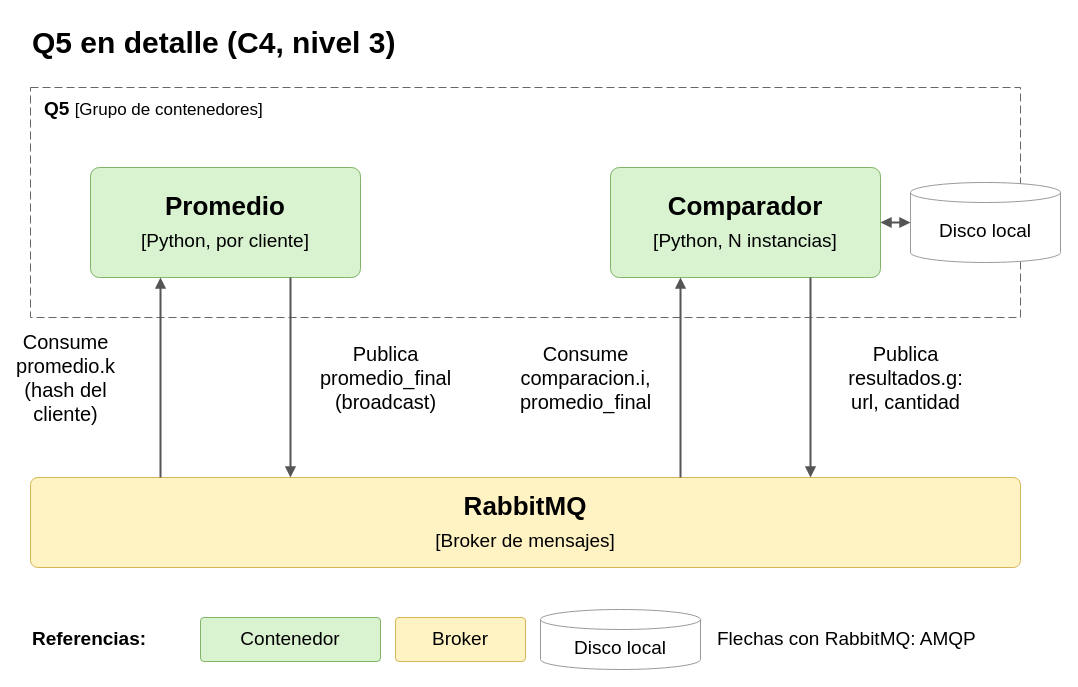
This is page "C4 - Q5" (5 of 5) of docs/c4.drawio from Cristobal710/tp-final-distribuidos, a draw.io file, before an edit. Source tidied: cells renumbered, new cells numbered last; positions are measured from the earlier drawing's top-left corner, leaving out a move shared by most shapes. Both pictures are drawn from the tidied source at 100%, with x=0, y=0 at pixel (30, 17).
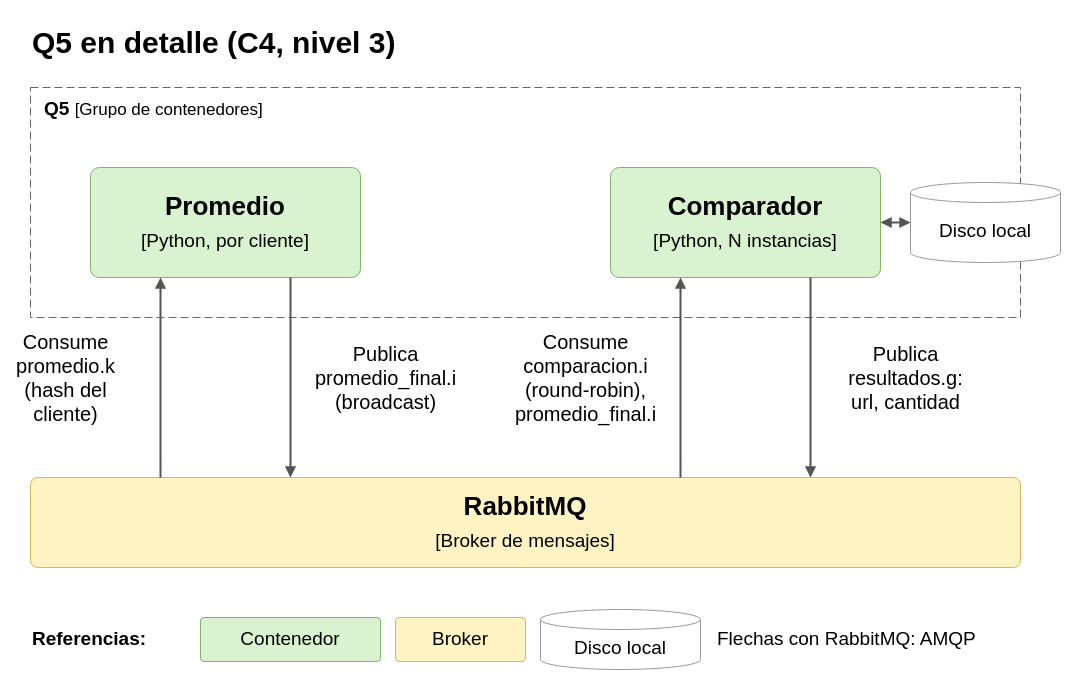
After the change.

The change refers to these unchanged cells:
```xml
<mxCell id="4" value="&lt;b&gt;RabbitMQ&lt;/b&gt;&lt;br&gt;&lt;font style=&quot;font-size:19px&quot;&gt;[Broker de mensajes]&lt;/font&gt;" style="rounded=1;whiteSpace=wrap;html=1;arcSize=8;verticalAlign=middle;fontFamily=Calibri;fontSize=26;fillColor=#fff3c4;strokeColor=#d6b656;" parent="1" vertex="1">
  <mxGeometry y="460" width="990" height="90" as="geometry" />
</mxCell>
<mxCell id="5" value="&lt;b&gt;Promedio&lt;/b&gt;&lt;br&gt;&lt;font style=&quot;font-size:19px&quot;&gt;[Python, por cliente]&lt;/font&gt;" style="rounded=1;whiteSpace=wrap;html=1;arcSize=8;verticalAlign=middle;fontFamily=Calibri;fontSize=26;fillColor=#d9f2d0;strokeColor=#82b366;" parent="1" vertex="1">
  <mxGeometry x="60" y="150" width="270" height="110" as="geometry" />
</mxCell>
<mxCell id="8" value="&lt;b&gt;Comparador&lt;/b&gt;&lt;br&gt;&lt;font style=&quot;font-size:19px&quot;&gt;[Python, N instancias]&lt;/font&gt;" style="rounded=1;whiteSpace=wrap;html=1;arcSize=8;verticalAlign=middle;fontFamily=Calibri;fontSize=26;fillColor=#d9f2d0;strokeColor=#82b366;" parent="1" vertex="1">
  <mxGeometry x="580" y="150" width="270" height="110" as="geometry" />
</mxCell>
```

Change to the diagram source:
```diff
@@
-    <mxCell id="7" value="Publica&lt;br&gt;promedio_final&lt;br&gt;(broadcast)" style="endArrow=block;endFill=1;html=1;rounded=0;strokeColor=#555555;strokeWidth=2;labelBackgroundColor=#ffffff;fontFamily=Calibri;fontSize=20;exitX=0.7407407407407407;exitY=1;exitDx=0;exitDy=0;entryX=0.2626;entryY=0;entryDx=0;entryDy=0;" parent="1" edge="1" source="5" target="4">
+    <mxCell id="7" value="Publica&lt;br&gt;promedio_final.i&lt;br&gt;(broadcast)" style="endArrow=block;endFill=1;html=1;rounded=0;strokeColor=#555555;strokeWidth=2;labelBackgroundColor=#ffffff;fontFamily=Calibri;fontSize=20;exitX=0.7407407407407407;exitY=1;exitDx=0;exitDy=0;entryX=0.2626;entryY=0;entryDx=0;entryDy=0;" parent="1" edge="1" source="5" target="4">
       <mxGeometry relative="1" as="geometry">
         <mxPoint x="95" as="offset" />
       </mxGeometry>
     </mxCell>
@@
-    <mxCell id="9" value="Consume&lt;br&gt;comparacion.i,&lt;br&gt;promedio_final" style="endArrow=block;endFill=1;html=1;rounded=0;strokeColor=#555555;strokeWidth=2;labelBackgroundColor=#ffffff;fontFamily=Calibri;fontSize=20;exitX=0.6566;exitY=0;exitDx=0;exitDy=0;entryX=0.25925925925925924;entryY=1;entryDx=0;entryDy=0;" parent="1" edge="1" source="4" target="8">
+    <mxCell id="9" value="Consume&lt;br&gt;comparacion.i&lt;br&gt;(round-robin),&lt;br&gt;promedio_final.i" style="endArrow=block;endFill=1;html=1;rounded=0;strokeColor=#555555;strokeWidth=2;labelBackgroundColor=#ffffff;fontFamily=Calibri;fontSize=20;exitX=0.6566;exitY=0;exitDx=0;exitDy=0;entryX=0.25925925925925924;entryY=1;entryDx=0;entryDy=0;" parent="1" edge="1" source="4" target="8">
       <mxGeometry relative="1" as="geometry">
         <mxPoint x="-95" as="offset" />
       </mxGeometry>
     </mxCell>
```
